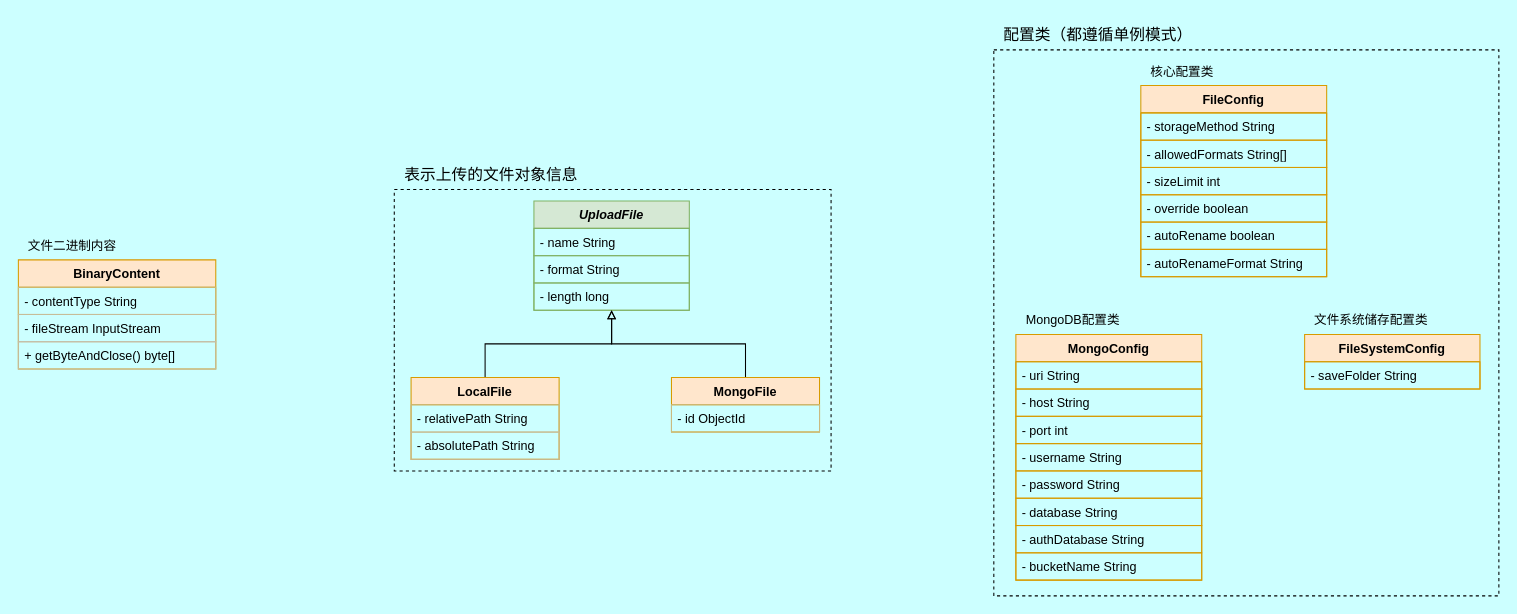
Before: page "配置类（单例）" (1 of 2) of docs/diagram/部分类图.dio in swsk33/file-lift, a draw.io diagram. Source tidied: cells renumbered, new cells numbered last; positions are measured from the earlier drawing's top-left corner, leaving out a move shared by most shapes. Both pictures are drawn from the tidied source at 105%, with x=0, y=0 at pixel (18, 18).
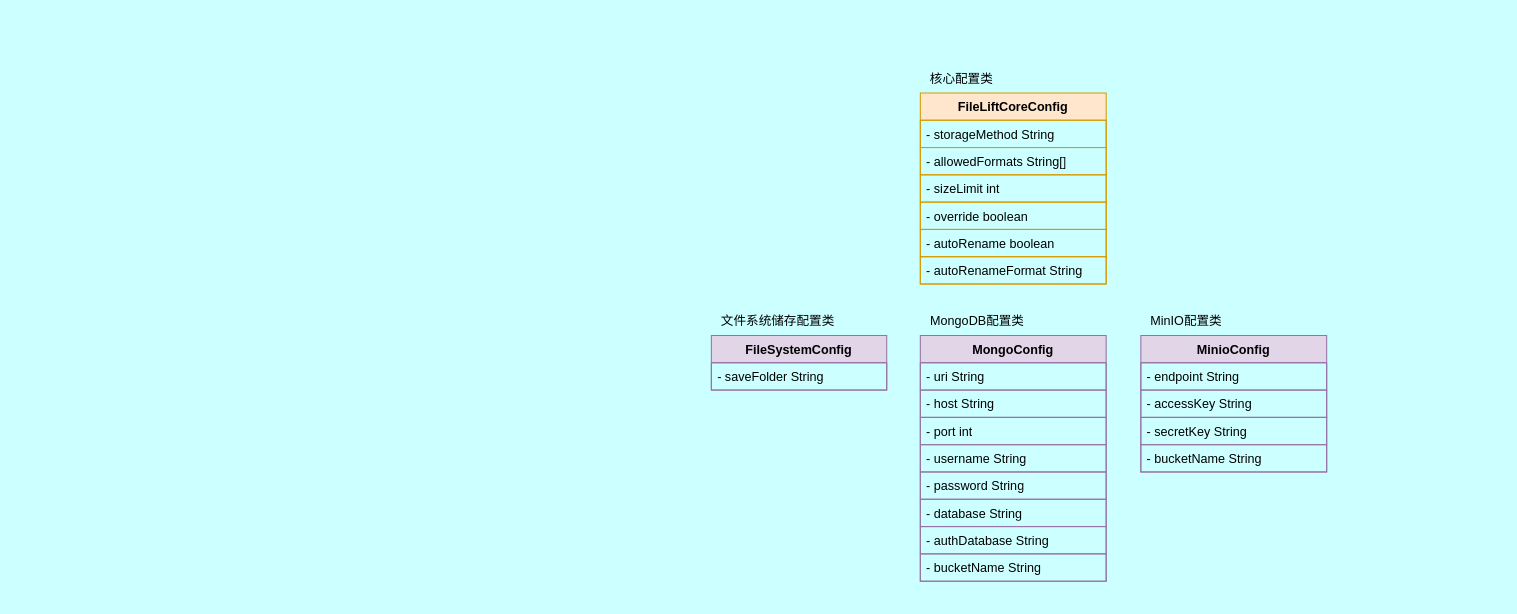
The same diagram, later.

Change to the diagram source:
```diff
@@
-    <mxCell id="2" style="rounded=0;whiteSpace=wrap;html=1;fontColor=default;fillColor=none;dashed=1;" parent="1" vertex="1">
-      <mxGeometry x="358" y="163" width="416" height="268" as="geometry" />
-    </mxCell>
-    <mxCell id="3" style="rounded=0;whiteSpace=wrap;html=1;fontColor=default;fillColor=none;dashed=1;" parent="1" vertex="1">
-      <mxGeometry x="929" y="30" width="481" height="520" as="geometry" />
-    </mxCell>
-    <mxCell id="4" value="BinaryContent" style="swimlane;fontStyle=1;align=center;verticalAlign=top;horizontal=1;startSize=26;whiteSpace=wrap;html=1;fillColor=#ffe6cc;strokeColor=#d79b00;" parent="1" vertex="1">
-      <mxGeometry y="230" width="188" height="104" as="geometry" />
-    </mxCell>
-    <mxCell id="5" value="- contentType String" style="text;strokeColor=#caba80;fillColor=none;align=left;verticalAlign=top;spacingLeft=4;spacingRight=4;overflow=hidden;whiteSpace=wrap;html=1;" parent="4" vertex="1">
-      <mxGeometry y="26" width="188" height="26" as="geometry" />
-    </mxCell>
-    <mxCell id="6" value="- fileStream InputStream" style="text;strokeColor=#c7bc98;fillColor=none;align=left;verticalAlign=top;spacingLeft=4;spacingRight=4;overflow=hidden;whiteSpace=wrap;html=1;" parent="4" vertex="1">
-      <mxGeometry y="52" width="188" height="26" as="geometry" />
-    </mxCell>
-    <mxCell id="7" value="+ getByteAndClose() byte[]" style="text;strokeColor=#c5bea6;fillColor=none;align=left;verticalAlign=top;spacingLeft=4;spacingRight=4;overflow=hidden;whiteSpace=wrap;html=1;" parent="4" vertex="1">
-      <mxGeometry y="78" width="188" height="26" as="geometry" />
-    </mxCell>
-    <mxCell id="8" value="&lt;i&gt;UploadFile&lt;/i&gt;" style="swimlane;fontStyle=1;align=center;verticalAlign=top;horizontal=1;startSize=26;whiteSpace=wrap;html=1;fillColor=#d5e8d4;strokeColor=#82b366;" parent="1" vertex="1">
-      <mxGeometry x="491" y="174" width="148" height="104" as="geometry" />
-    </mxCell>
-    <mxCell id="9" value="- name String" style="text;strokeColor=#82b366;fillColor=none;align=left;verticalAlign=top;spacingLeft=4;spacingRight=4;overflow=hidden;whiteSpace=wrap;html=1;" parent="8" vertex="1">
-      <mxGeometry y="26" width="148" height="26" as="geometry" />
-    </mxCell>
-    <mxCell id="10" value="- format String" style="text;strokeColor=#82b366;fillColor=none;align=left;verticalAlign=top;spacingLeft=4;spacingRight=4;overflow=hidden;whiteSpace=wrap;html=1;" parent="8" vertex="1">
-      <mxGeometry y="52" width="148" height="26" as="geometry" />
-    </mxCell>
-    <mxCell id="11" value="- length long" style="text;strokeColor=#82b366;fillColor=none;align=left;verticalAlign=top;spacingLeft=4;spacingRight=4;overflow=hidden;whiteSpace=wrap;html=1;" parent="8" vertex="1">
-      <mxGeometry y="78" width="148" height="26" as="geometry" />
-    </mxCell>
-    <mxCell id="12" style="rounded=0;jettySize=auto;html=1;endArrow=block;endFill=0;edgeStyle=orthogonalEdgeStyle;exitX=0.5;exitY=0;exitDx=0;exitDy=0;entryX=0.5;entryY=1;entryDx=0;entryDy=0;" parent="1" edge="1" source="13" target="8">
-      <mxGeometry relative="1" as="geometry" />
-    </mxCell>
-    <mxCell id="13" value="LocalFile" style="swimlane;fontStyle=1;align=center;verticalAlign=top;horizontal=1;startSize=26;whiteSpace=wrap;html=1;fillColor=#ffe6cc;strokeColor=#d79b00;" parent="1" vertex="1">
-      <mxGeometry x="374" y="342" width="141" height="78" as="geometry" />
-    </mxCell>
-    <mxCell id="14" value="- relativePath String" style="text;strokeColor=#caba80;fillColor=none;align=left;verticalAlign=top;spacingLeft=4;spacingRight=4;overflow=hidden;whiteSpace=wrap;html=1;" parent="13" vertex="1">
-      <mxGeometry y="26" width="141" height="26" as="geometry" />
-    </mxCell>
-    <mxCell id="15" value="- absolutePath String" style="text;strokeColor=#c7bc98;fillColor=none;align=left;verticalAlign=top;spacingLeft=4;spacingRight=4;overflow=hidden;whiteSpace=wrap;html=1;" parent="13" vertex="1">
-      <mxGeometry y="52" width="141" height="26" as="geometry" />
-    </mxCell>
-    <mxCell id="16" style="shape=connector;rounded=0;jettySize=auto;html=1;exitX=0.5;exitY=0;exitDx=0;exitDy=0;labelBackgroundColor=default;strokeColor=default;fontFamily=Helvetica;fontSize=11;fontColor=default;endArrow=block;endFill=0;edgeStyle=orthogonalEdgeStyle;entryX=0.5;entryY=1;entryDx=0;entryDy=0;" parent="1" edge="1" source="17" target="8">
-      <mxGeometry relative="1" as="geometry" />
-    </mxCell>
-    <mxCell id="17" value="MongoFile" style="swimlane;fontStyle=1;align=center;verticalAlign=top;horizontal=1;startSize=26;whiteSpace=wrap;html=1;fillColor=#ffe6cc;strokeColor=#d79b00;" parent="1" vertex="1">
-      <mxGeometry x="622" y="342" width="141" height="52" as="geometry" />
-    </mxCell>
-    <mxCell id="18" value="- id ObjectId" style="text;strokeColor=#caba80;fillColor=none;align=left;verticalAlign=top;spacingLeft=4;spacingRight=4;overflow=hidden;whiteSpace=wrap;html=1;" parent="17" vertex="1">
-      <mxGeometry y="26" width="141" height="26" as="geometry" />
-    </mxCell>
-    <mxCell id="19" value="FileConfig" style="swimlane;fontStyle=1;align=center;verticalAlign=top;horizontal=1;startSize=26;whiteSpace=wrap;html=1;fillColor=#ffe6cc;strokeColor=#d79b00;" parent="1" vertex="1">
-      <mxGeometry x="1069" y="64" width="177" height="182" as="geometry" />
+    <mxCell id="19" value="FileLiftCoreConfig" style="swimlane;fontStyle=1;align=center;verticalAlign=top;horizontal=1;startSize=26;whiteSpace=wrap;html=1;fillColor=#ffe6cc;strokeColor=#d79b00;" parent="1" vertex="1">
+      <mxGeometry x="859" y="71" width="177" height="182" as="geometry" />
     </mxCell>
@@
-    <mxCell id="26" value="FileSystemConfig" style="swimlane;fontStyle=1;align=center;verticalAlign=top;horizontal=1;startSize=26;whiteSpace=wrap;html=1;fillColor=#ffe6cc;strokeColor=#d79b00;" parent="1" vertex="1">
-      <mxGeometry x="1225" y="301" width="167" height="52" as="geometry" />
+    <mxCell id="26" value="FileSystemConfig" style="swimlane;fontStyle=1;align=center;verticalAlign=top;horizontal=1;startSize=26;whiteSpace=wrap;html=1;fillColor=#e1d5e7;strokeColor=#9673a6;" parent="1" vertex="1">
+      <mxGeometry x="660" y="302" width="167" height="52" as="geometry" />
     </mxCell>
-    <mxCell id="27" value="- saveFolder String" style="text;strokeColor=#d79b00;fillColor=none;align=left;verticalAlign=top;spacingLeft=4;spacingRight=4;overflow=hidden;whiteSpace=wrap;html=1;" parent="26" vertex="1">
+    <mxCell id="27" value="- saveFolder String" style="text;strokeColor=#9673a6;fillColor=none;align=left;verticalAlign=top;spacingLeft=4;spacingRight=4;overflow=hidden;whiteSpace=wrap;html=1;" parent="26" vertex="1">
       <mxGeometry y="26" width="167" height="26" as="geometry" />
     </mxCell>
-    <mxCell id="28" value="MongoConfig" style="swimlane;fontStyle=1;align=center;verticalAlign=top;horizontal=1;startSize=26;whiteSpace=wrap;html=1;fillColor=#ffe6cc;strokeColor=#d79b00;" parent="1" vertex="1">
-      <mxGeometry x="950" y="301" width="177" height="234" as="geometry" />
+    <mxCell id="28" value="MongoConfig" style="swimlane;fontStyle=1;align=center;verticalAlign=top;horizontal=1;startSize=26;whiteSpace=wrap;html=1;fillColor=#e1d5e7;strokeColor=#9673a6;" parent="1" vertex="1">
+      <mxGeometry x="859" y="302" width="177" height="234" as="geometry" />
     </mxCell>
-    <mxCell id="29" value="- uri String" style="text;strokeColor=#d79b00;fillColor=none;align=left;verticalAlign=top;spacingLeft=4;spacingRight=4;overflow=hidden;whiteSpace=wrap;html=1;" parent="28" vertex="1">
+    <mxCell id="29" value="- uri String" style="text;strokeColor=#9673a6;fillColor=none;align=left;verticalAlign=top;spacingLeft=4;spacingRight=4;overflow=hidden;whiteSpace=wrap;html=1;" parent="28" vertex="1">
       <mxGeometry y="26" width="177" height="26" as="geometry" />
     </mxCell>
-    <mxCell id="30" value="- host String" style="text;strokeColor=#d79b00;fillColor=none;align=left;verticalAlign=top;spacingLeft=4;spacingRight=4;overflow=hidden;whiteSpace=wrap;html=1;" parent="28" vertex="1">
+    <mxCell id="30" value="- host String" style="text;strokeColor=#9673a6;fillColor=none;align=left;verticalAlign=top;spacingLeft=4;spacingRight=4;overflow=hidden;whiteSpace=wrap;html=1;" parent="28" vertex="1">
       <mxGeometry y="52" width="177" height="26" as="geometry" />
     </mxCell>
-    <mxCell id="31" value="- port int" style="text;strokeColor=#d79b00;fillColor=none;align=left;verticalAlign=top;spacingLeft=4;spacingRight=4;overflow=hidden;whiteSpace=wrap;html=1;" parent="28" vertex="1">
+    <mxCell id="31" value="- port int" style="text;strokeColor=#9673a6;fillColor=none;align=left;verticalAlign=top;spacingLeft=4;spacingRight=4;overflow=hidden;whiteSpace=wrap;html=1;" parent="28" vertex="1">
       <mxGeometry y="78" width="177" height="26" as="geometry" />
     </mxCell>
-    <mxCell id="32" value="- username String" style="text;strokeColor=#d79b00;fillColor=none;align=left;verticalAlign=top;spacingLeft=4;spacingRight=4;overflow=hidden;whiteSpace=wrap;html=1;" parent="28" vertex="1">
+    <mxCell id="32" value="- username String" style="text;strokeColor=#9673a6;fillColor=none;align=left;verticalAlign=top;spacingLeft=4;spacingRight=4;overflow=hidden;whiteSpace=wrap;html=1;" parent="28" vertex="1">
       <mxGeometry y="104" width="177" height="26" as="geometry" />
     </mxCell>
-    <mxCell id="33" value="- password String" style="text;strokeColor=#d79b00;fillColor=none;align=left;verticalAlign=top;spacingLeft=4;spacingRight=4;overflow=hidden;whiteSpace=wrap;html=1;" parent="28" vertex="1">
+    <mxCell id="33" value="- password String" style="text;strokeColor=#9673a6;fillColor=none;align=left;verticalAlign=top;spacingLeft=4;spacingRight=4;overflow=hidden;whiteSpace=wrap;html=1;" parent="28" vertex="1">
       <mxGeometry y="130" width="177" height="26" as="geometry" />
     </mxCell>
-    <mxCell id="34" value="- database String" style="text;strokeColor=#d79b00;fillColor=none;align=left;verticalAlign=top;spacingLeft=4;spacingRight=4;overflow=hidden;whiteSpace=wrap;html=1;" parent="28" vertex="1">
+    <mxCell id="34" value="- database String" style="text;strokeColor=#9673a6;fillColor=none;align=left;verticalAlign=top;spacingLeft=4;spacingRight=4;overflow=hidden;whiteSpace=wrap;html=1;" parent="28" vertex="1">
       <mxGeometry y="156" width="177" height="26" as="geometry" />
     </mxCell>
-    <mxCell id="35" value="- authDatabase String" style="text;strokeColor=#d79b00;fillColor=none;align=left;verticalAlign=top;spacingLeft=4;spacingRight=4;overflow=hidden;whiteSpace=wrap;html=1;" parent="28" vertex="1">
+    <mxCell id="35" value="- authDatabase String" style="text;strokeColor=#9673a6;fillColor=none;align=left;verticalAlign=top;spacingLeft=4;spacingRight=4;overflow=hidden;whiteSpace=wrap;html=1;" parent="28" vertex="1">
       <mxGeometry y="182" width="177" height="26" as="geometry" />
     </mxCell>
-    <mxCell id="36" value="- bucketName String" style="text;strokeColor=#d79b00;fillColor=none;align=left;verticalAlign=top;spacingLeft=4;spacingRight=4;overflow=hidden;whiteSpace=wrap;html=1;" parent="28" vertex="1">
+    <mxCell id="36" value="- bucketName String" style="text;strokeColor=#9673a6;fillColor=none;align=left;verticalAlign=top;spacingLeft=4;spacingRight=4;overflow=hidden;whiteSpace=wrap;html=1;" parent="28" vertex="1">
       <mxGeometry y="208" width="177" height="26" as="geometry" />
     </mxCell>
     <mxCell id="37" value="核心配置类" style="text;html=1;align=center;verticalAlign=middle;strokeColor=none;fillColor=none;" parent="1" vertex="1">
-      <mxGeometry x="1069" y="38" width="78" height="26" as="geometry" />
+      <mxGeometry x="859" y="45" width="78" height="26" as="geometry" />
     </mxCell>
     <mxCell id="38" value="MongoDB配置类" style="text;html=1;align=center;verticalAlign=middle;strokeColor=none;fillColor=none;" parent="1" vertex="1">
-      <mxGeometry x="950" y="275" width="107" height="26" as="geometry" />
+      <mxGeometry x="859" y="276" width="107" height="26" as="geometry" />
     </mxCell>
     <mxCell id="39" value="文件系统储存配置类" style="text;html=1;align=center;verticalAlign=middle;strokeColor=none;fillColor=none;" parent="1" vertex="1">
-      <mxGeometry x="1225" y="275" width="126" height="26" as="geometry" />
+      <mxGeometry x="660" y="276" width="126" height="26" as="geometry" />
     </mxCell>
-    <mxCell id="40" value="&lt;font style=&quot;font-size: 15px;&quot;&gt;配置类（都遵循单例模式）&lt;/font&gt;" style="text;html=1;align=center;verticalAlign=middle;strokeColor=none;fillColor=none;" parent="1" vertex="1">
-      <mxGeometry x="929" width="198" height="30" as="geometry" />
-    </mxCell>
-    <mxCell id="41" value="&lt;font style=&quot;font-size: 15px;&quot;&gt;表示上传的文件对象信息&lt;/font&gt;" style="text;html=1;align=center;verticalAlign=middle;strokeColor=none;fillColor=none;" parent="1" vertex="1">
-      <mxGeometry x="358" y="133" width="183" height="30" as="geometry" />
-    </mxCell>
-    <mxCell id="42" value="&lt;font style=&quot;font-size: 12px;&quot;&gt;文件二进制内容&lt;/font&gt;" style="text;html=1;align=center;verticalAlign=middle;strokeColor=none;fillColor=none;" parent="1" vertex="1">
-      <mxGeometry y="204" width="102" height="26" as="geometry" />
-    </mxCell>
+    <mxCell id="43" value="MinioConfig" style="swimlane;fontStyle=1;align=center;verticalAlign=top;horizontal=1;startSize=26;whiteSpace=wrap;html=1;fillColor=#e1d5e7;strokeColor=#9673a6;" parent="1" vertex="1">
+      <mxGeometry x="1069" y="302" width="177" height="130" as="geometry" />
+    </mxCell>
+    <mxCell id="44" value="- endpoint String" style="text;strokeColor=#9673a6;fillColor=none;align=left;verticalAlign=top;spacingLeft=4;spacingRight=4;overflow=hidden;whiteSpace=wrap;html=1;" parent="43" vertex="1">
+      <mxGeometry y="26" width="177" height="26" as="geometry" />
+    </mxCell>
+    <mxCell id="45" value="- accessKey String" style="text;strokeColor=#9673a6;fillColor=none;align=left;verticalAlign=top;spacingLeft=4;spacingRight=4;overflow=hidden;whiteSpace=wrap;html=1;" parent="43" vertex="1">
+      <mxGeometry y="52" width="177" height="26" as="geometry" />
+    </mxCell>
+    <mxCell id="46" value="- secretKey String" style="text;strokeColor=#9673a6;fillColor=none;align=left;verticalAlign=top;spacingLeft=4;spacingRight=4;overflow=hidden;whiteSpace=wrap;html=1;" parent="43" vertex="1">
+      <mxGeometry y="78" width="177" height="26" as="geometry" />
+    </mxCell>
+    <mxCell id="47" value="- bucketName String" style="text;strokeColor=#9673a6;fillColor=none;align=left;verticalAlign=top;spacingLeft=4;spacingRight=4;overflow=hidden;whiteSpace=wrap;html=1;" parent="43" vertex="1">
+      <mxGeometry y="104" width="177" height="26" as="geometry" />
+    </mxCell>
+    <mxCell id="48" value="MinIO配置类" style="text;html=1;align=center;verticalAlign=middle;strokeColor=none;fillColor=none;" parent="1" vertex="1">
+      <mxGeometry x="1069" y="276" width="86" height="26" as="geometry" />
+    </mxCell>
```
